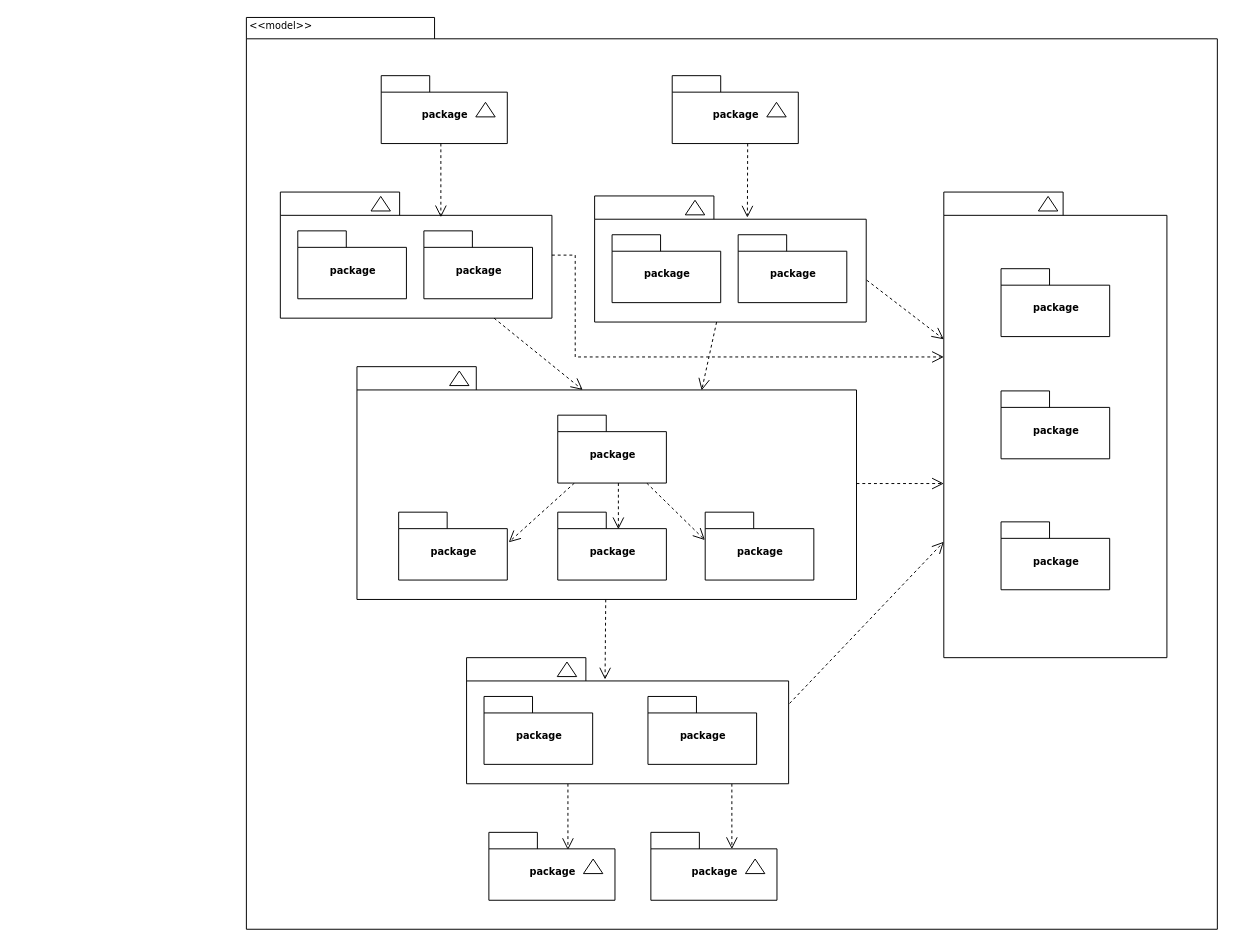
This is keypoint/Untitled Diagram.drawio from yanjiatian/roadmap, a draw.io file, before an edit. Source tidied: cells renumbered, new cells numbered last; positions are measured from the earlier drawing's top-left corner, leaving out a move shared by most shapes. Both pictures are drawn from the tidied source at 97%, with x=0, y=0 at pixel (245, 16).
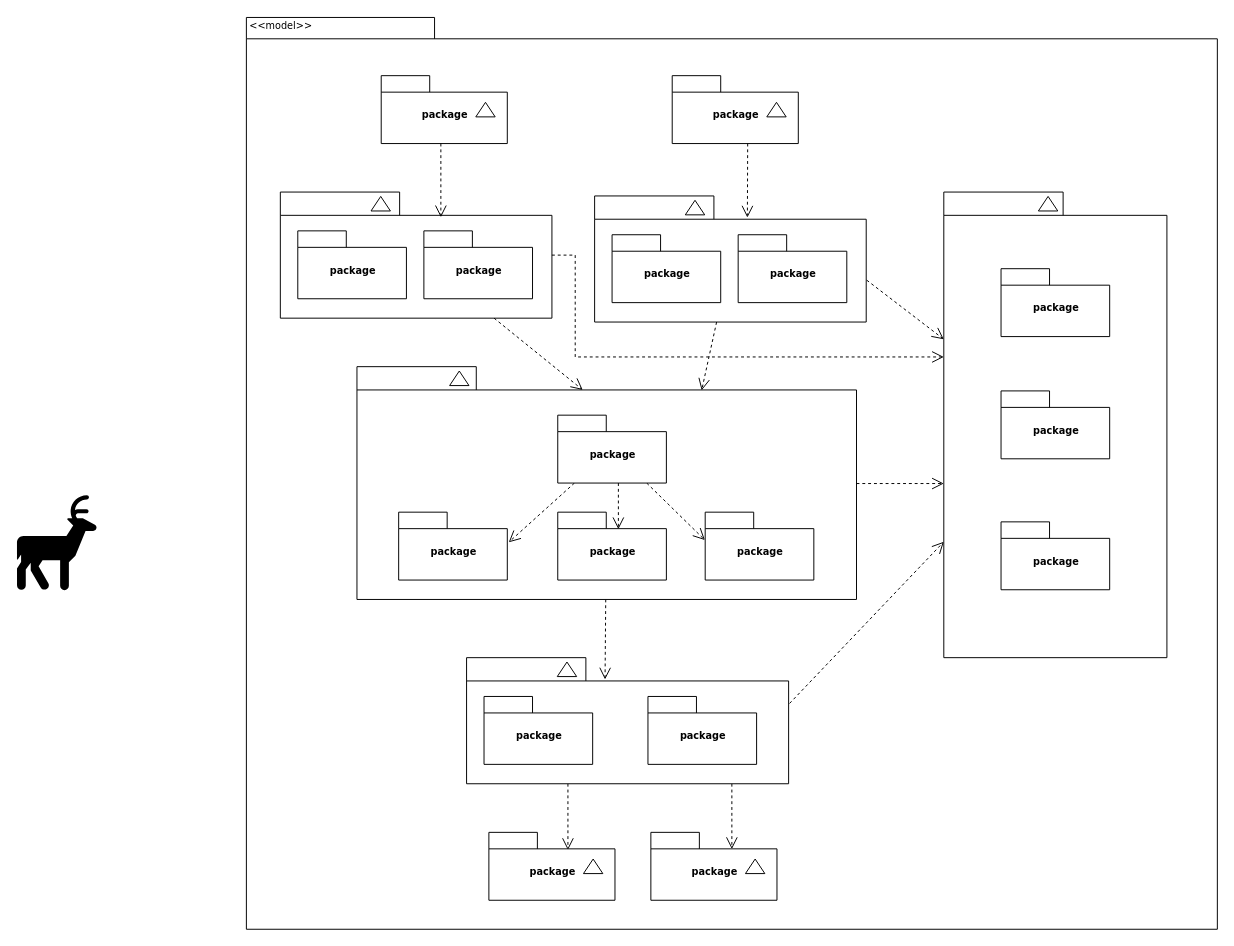
Above is the later version.

Diff of the diagram source:
```diff
@@
+    <mxCell id="57" style="shape=mxgraph.signs.animals.deer_1;html=1;fillColor=#000000;strokeColor=none;verticalLabelPosition=bottom;verticalAlign=top;align=center;" parent="1" vertex="1">
+      <mxGeometry x="-236" y="493" width="82" height="98" as="geometry" />
+    </mxCell>
```
